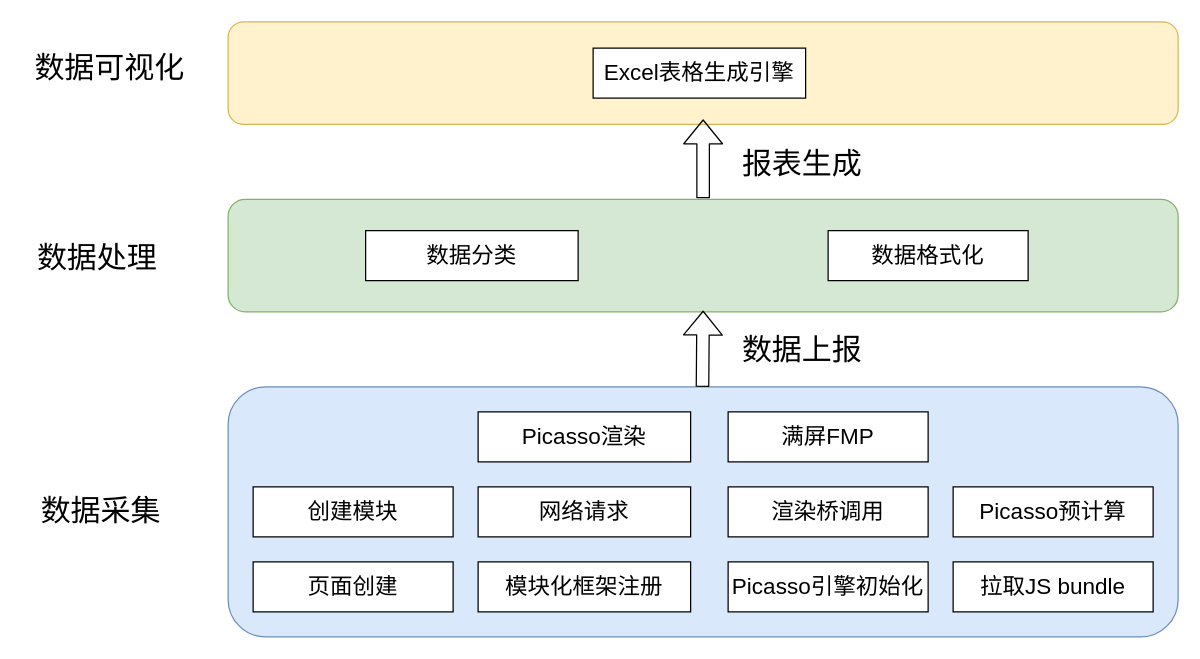
Above: page "Page-19" (19 of 22) of 频道首页执行流程.drawio in hpk1994/shophome (draw.io), before the change. Source tidied: cells renumbered, new cells numbered last; positions are measured from the earlier drawing's top-left corner, leaving out a move shared by most shapes. Both pictures are drawn from the tidied source at 125%, with x=0, y=0 at pixel (21, 21).
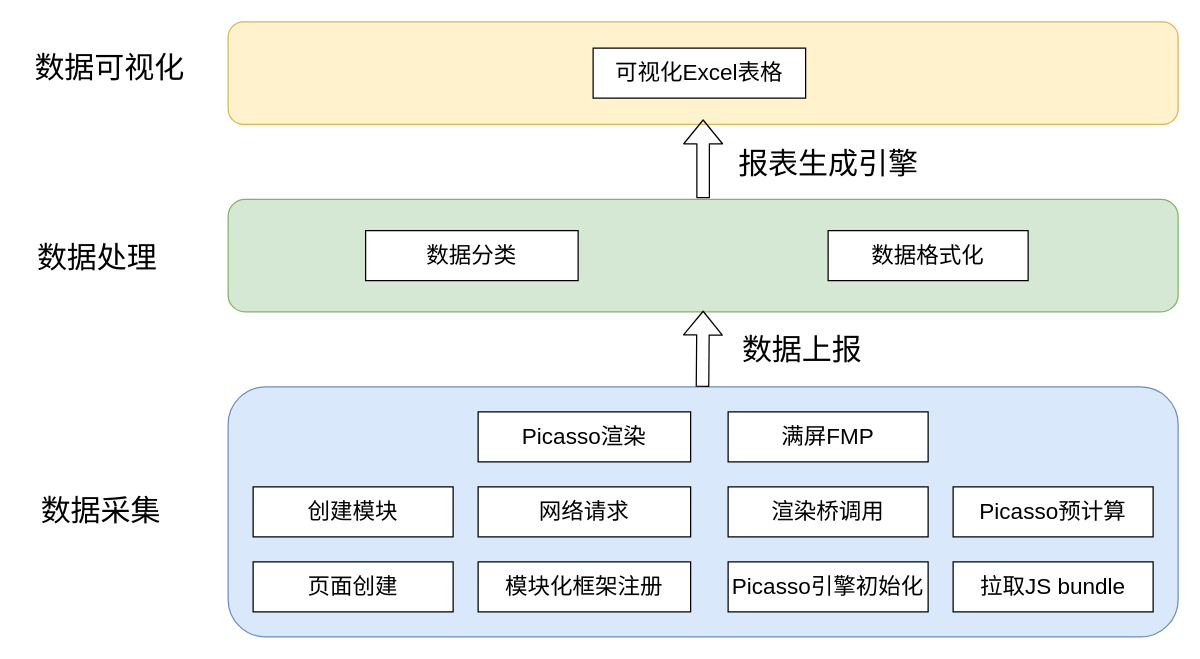
After the change.

What changed in the source:
```diff
@@
-    <mxCell id="15" value="&lt;span style=&quot;font-size: 18px&quot;&gt;Excel表格生成引擎&lt;/span&gt;" style="rounded=0;whiteSpace=wrap;html=1;strokeColor=#000000;fillColor=#FFFFFF;" parent="1" vertex="1">
+    <mxCell id="15" value="&lt;span style=&quot;font-size: 18px&quot;&gt;可视化Excel表格&lt;/span&gt;" style="rounded=0;whiteSpace=wrap;html=1;strokeColor=#000000;fillColor=#FFFFFF;" parent="1" vertex="1">
       <mxGeometry x="457" y="21" width="170" height="40" as="geometry" />
     </mxCell>
@@
-    <mxCell id="24" value="&lt;font style=&quot;font-size: 24px&quot;&gt;报表生成&lt;/font&gt;" style="text;html=1;align=center;verticalAlign=middle;" parent="1" vertex="1">
-      <mxGeometry x="571" y="103" width="106" height="22" as="geometry" />
+    <mxCell id="24" value="&lt;font style=&quot;font-size: 24px&quot;&gt;报表生成引擎&lt;/font&gt;" style="text;html=1;align=center;verticalAlign=middle;" parent="1" vertex="1">
+      <mxGeometry x="568" y="103" width="154" height="22" as="geometry" />
     </mxCell>
```
